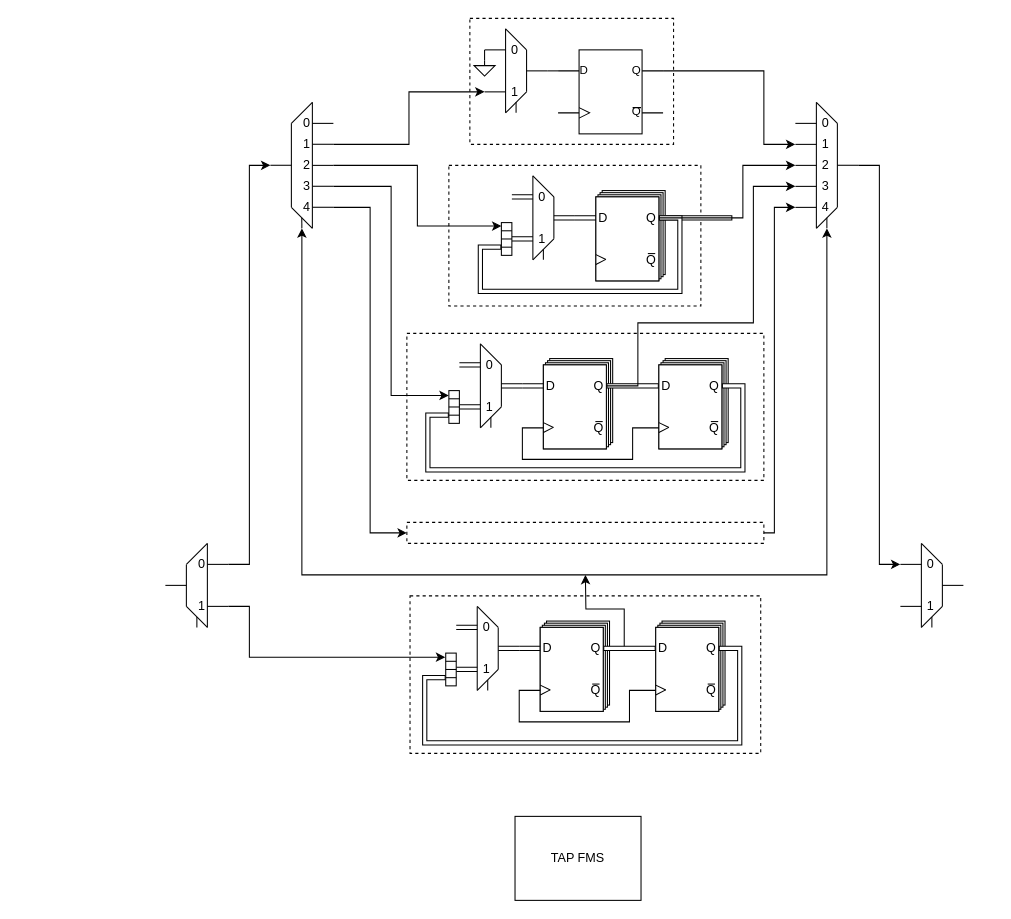
Earlier version of the draw.io diagram JTAG.drawio (Verdvana/JTAG). Source tidied: cells renumbered, new cells numbered last; positions are measured from the earlier drawing's top-left corner, leaving out a move shared by most shapes. Both pictures are drawn from the tidied source at 105%, with x=0, y=0 at pixel (165, 18).
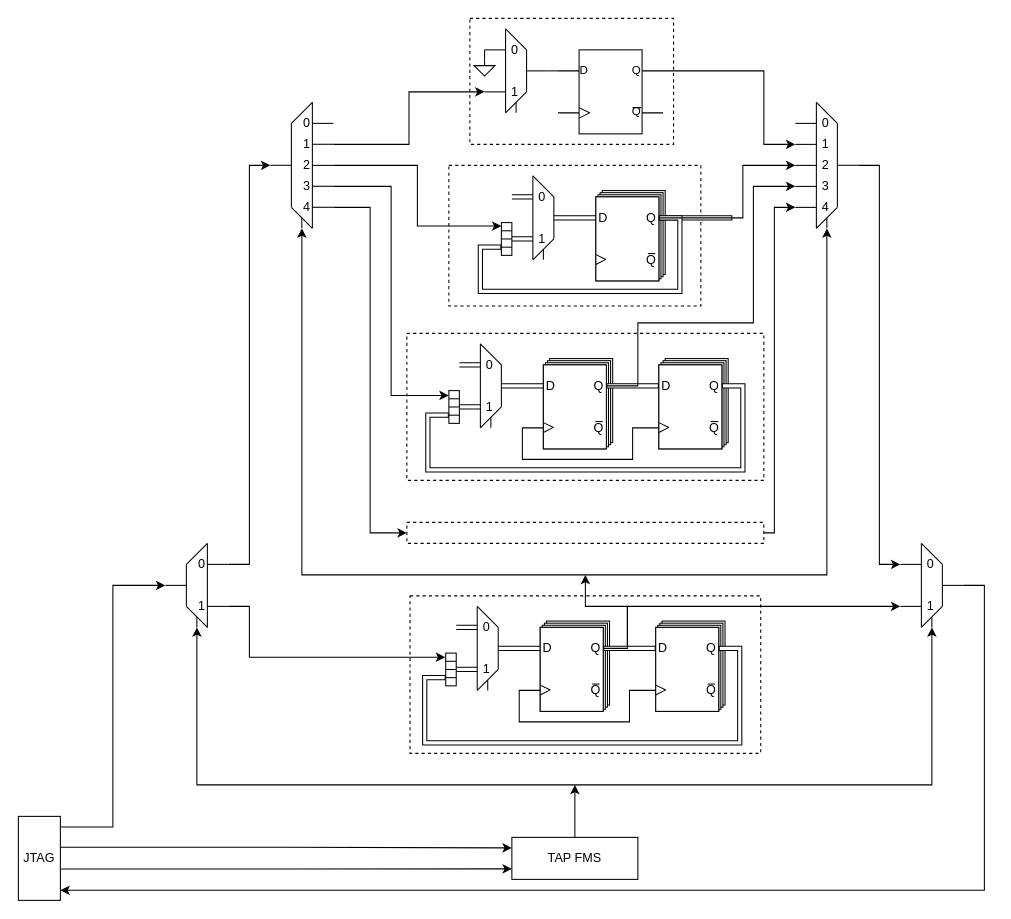
Above is the later version.

The change refers to these unchanged cells:
```xml
<mxCell id="51" style="group;" parent="1" vertex="1">
  <mxGeometry x="357" y="574" width="66" height="86" as="geometry" />
</mxCell>
<mxCell id="61" value="Q" style="text;strokeColor=none;align=center;fillColor=none;html=1;verticalAlign=middle;whiteSpace=wrap;rounded=0;" parent="51" vertex="1">
  <mxGeometry x="46" y="20" width="14" height="12" as="geometry" />
</mxCell>
<mxCell id="147" style="group;" parent="1" vertex="1">
  <mxGeometry y="500" width="60" height="80" as="geometry" />
</mxCell>
<mxCell id="159" style="group;" parent="1" vertex="1">
  <mxGeometry x="700" y="500" width="60" height="80" as="geometry" />
</mxCell>
```

What changed in the source:
```diff
@@
     <mxCell id="60" style="edgeStyle=orthogonalEdgeStyle;rounded=0;jettySize=auto;html=1;exitX=1;exitY=0.5;exitDx=0;exitDy=0;" parent="51" edge="1" source="61">
       <mxGeometry relative="1" as="geometry">
         <mxPoint x="43" y="-44" as="targetPoint" />
+        <Array as="points">
+          <mxPoint x="83" y="26" />
+          <mxPoint x="83" y="-14" />
+          <mxPoint x="43" y="-14" />
+        </Array>
       </mxGeometry>
     </mxCell>
@@
+    <mxCell id="208" style="edgeStyle=orthogonalEdgeStyle;rounded=0;jettySize=auto;html=1;exitX=0.5;exitY=0;exitDx=0;exitDy=0;" parent="1" edge="1" source="142">
+      <mxGeometry relative="1" as="geometry">
+        <mxPoint x="390" y="730" as="targetPoint" />
+        <Array as="points">
+          <mxPoint x="390" y="750" />
+          <mxPoint x="390" y="750" />
+        </Array>
+      </mxGeometry>
+    </mxCell>
     <mxCell id="142" value="TAP FMS" style="rounded=0;whiteSpace=wrap;html=1;" parent="1" vertex="1">
-      <mxGeometry x="333" y="760" width="120" height="80" as="geometry" />
+      <mxGeometry x="330" y="780" width="120" height="40" as="geometry" />
     </mxCell>
@@
+    <mxCell id="209" style="edgeStyle=orthogonalEdgeStyle;rounded=0;jettySize=auto;html=1;exitX=0.5;exitY=1;exitDx=0;exitDy=0;entryX=0.5;entryY=1;entryDx=0;entryDy=0;startArrow=classic;startFill=1;" parent="1" edge="1" source="147" target="159">
+      <mxGeometry relative="1" as="geometry">
+        <Array as="points">
+          <mxPoint x="30" y="730" />
+          <mxPoint x="730" y="730" />
+        </Array>
+      </mxGeometry>
+    </mxCell>
@@
+    <mxCell id="210" style="edgeStyle=orthogonalEdgeStyle;rounded=0;jettySize=auto;html=1;exitX=1;exitY=0.5;exitDx=0;exitDy=0;entryX=1;entryY=0.88;entryDx=0;entryDy=0;entryPerimeter=0;" parent="1" edge="1" source="159" target="214">
+      <mxGeometry relative="1" as="geometry">
+        <Array as="points">
+          <mxPoint x="780" y="540" />
+          <mxPoint x="780" y="830" />
+        </Array>
+      </mxGeometry>
+    </mxCell>
@@
+    <mxCell id="211" style="edgeStyle=orthogonalEdgeStyle;rounded=0;jettySize=auto;html=1;entryX=0;entryY=0.75;entryDx=0;entryDy=0;exitX=1;exitY=0.64;exitDx=0;exitDy=-1;exitPerimeter=0;" parent="1" edge="1" source="214" target="142">
+      <mxGeometry relative="1" as="geometry" />
+    </mxCell>
+    <mxCell id="212" style="edgeStyle=orthogonalEdgeStyle;rounded=0;jettySize=auto;html=1;entryX=0;entryY=0.25;entryDx=0;entryDy=0;exitX=1;exitY=0.38;exitDx=0;exitDy=-1;exitPerimeter=0;" parent="1" edge="1" source="214" target="142">
+      <mxGeometry relative="1" as="geometry" />
+    </mxCell>
+    <mxCell id="213" style="edgeStyle=orthogonalEdgeStyle;rounded=0;jettySize=auto;html=1;entryX=0;entryY=0.5;entryDx=0;entryDy=0;exitX=1;exitY=0.14;exitDx=0;exitDy=-1;exitPerimeter=0;" parent="1" edge="1" source="214" target="147">
+      <mxGeometry relative="1" as="geometry" />
+    </mxCell>
+    <mxCell id="214" value="JTAG" style="rounded=0;whiteSpace=wrap;html=1;points=[[0,0,0,0,0],[0,0.25,0,0,0],[0,0.5,0,0,0],[0,0.75,0,0,0],[0,1,0,0,0],[0.25,0,0,0,0],[0.25,1,0,0,0],[0.5,0,0,0,0],[0.5,1,0,0,0],[0.75,0,0,0,0],[0.75,1,0,0,0],[1,0,0,0,0],[1,0.14,0,0,-1],[1,0.38,0,0,-1],[1,0.64,0,0,-1],[1,0.88,0,0,0],[1,1,0,0,0]];" parent="1" vertex="1">
+      <mxGeometry x="-140" y="760" width="40" height="80" as="geometry" />
+    </mxCell>
+    <mxCell id="215" style="edgeStyle=orthogonalEdgeStyle;rounded=0;jettySize=auto;html=1;exitX=1;exitY=0.5;exitDx=0;exitDy=0;entryX=0;entryY=0.75;entryDx=0;entryDy=0;" parent="1" edge="1" source="61" target="159">
+      <mxGeometry relative="1" as="geometry">
+        <Array as="points">
+          <mxPoint x="440" y="600" />
+          <mxPoint x="440" y="560" />
+        </Array>
+      </mxGeometry>
+    </mxCell>
```
